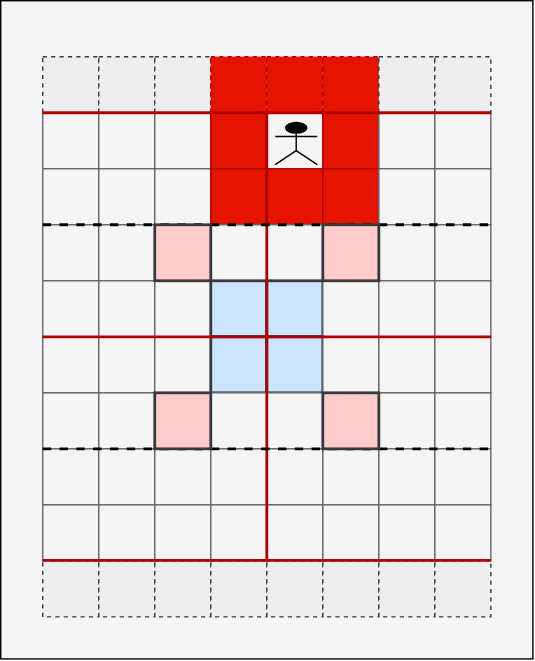
Above: docs/games/boardgames/chessault/_killzone2.drawio.svg in FullByte/FullByte.github.io (draw.io), before the change. Source tidied: cells renumbered, new cells last; positions are measured from the earlier drawing's top-left corner, leaving out a move shared by most shapes.
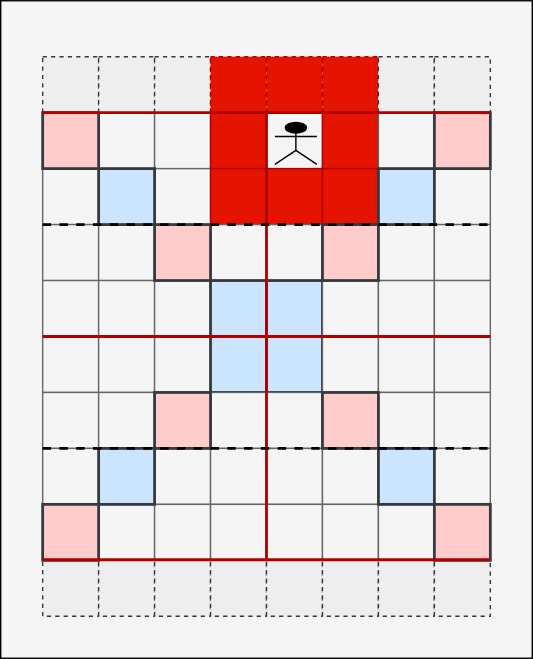
Above is the later version.

What changed in the source:
```diff
@@ -29,9 +29,6 @@
     <mxCell id="10" style="rounded=0;whiteSpace=wrap;html=1;fillColor=#eeeeee;strokeColor=#36393d;dashed=1;" parent="1" vertex="1">
       <mxGeometry x="310" y="40" width="40" height="40" as="geometry" />
     </mxCell>
-    <mxCell id="11" style="rounded=0;whiteSpace=wrap;html=1;fillColor=#f5f5f5;fontColor=#333333;strokeColor=#666666;" parent="1" vertex="1">
-      <mxGeometry x="30" y="80" width="40" height="40" as="geometry" />
-    </mxCell>
     <mxCell id="12" style="rounded=0;whiteSpace=wrap;html=1;fillColor=#f5f5f5;fontColor=#333333;strokeColor=#666666;" parent="1" vertex="1">
       <mxGeometry x="70" y="80" width="40" height="40" as="geometry" />
     </mxCell>
@@ -50,15 +47,9 @@
     <mxCell id="17" style="rounded=0;whiteSpace=wrap;html=1;fillColor=#f5f5f5;fontColor=#333333;strokeColor=#666666;" parent="1" vertex="1">
       <mxGeometry x="270" y="80" width="40" height="40" as="geometry" />
     </mxCell>
-    <mxCell id="18" style="rounded=0;whiteSpace=wrap;html=1;fillColor=#f5f5f5;fontColor=#333333;strokeColor=#666666;" parent="1" vertex="1">
-      <mxGeometry x="310" y="80" width="40" height="40" as="geometry" />
-    </mxCell>
     <mxCell id="19" style="rounded=0;whiteSpace=wrap;html=1;fillColor=#f5f5f5;fontColor=#333333;strokeColor=#666666;" parent="1" vertex="1">
       <mxGeometry x="30" y="120" width="40" height="40" as="geometry" />
     </mxCell>
-    <mxCell id="20" style="rounded=0;whiteSpace=wrap;html=1;fillColor=#f5f5f5;fontColor=#333333;strokeColor=#666666;" parent="1" vertex="1">
-      <mxGeometry x="70" y="120" width="40" height="40" as="geometry" />
-    </mxCell>
     <mxCell id="21" style="rounded=0;whiteSpace=wrap;html=1;fillColor=#f5f5f5;fontColor=#333333;strokeColor=#666666;" parent="1" vertex="1">
       <mxGeometry x="110" y="120" width="40" height="40" as="geometry" />
     </mxCell>
@@ -71,9 +62,6 @@
     <mxCell id="24" style="rounded=0;whiteSpace=wrap;html=1;fillColor=#e51400;fontColor=#ffffff;strokeColor=#B20000;" parent="1" vertex="1">
       <mxGeometry x="230" y="120" width="40" height="40" as="geometry" />
     </mxCell>
-    <mxCell id="25" style="rounded=0;whiteSpace=wrap;html=1;fillColor=#f5f5f5;fontColor=#333333;strokeColor=#666666;" parent="1" vertex="1">
-      <mxGeometry x="270" y="120" width="40" height="40" as="geometry" />
-    </mxCell>
     <mxCell id="26" style="rounded=0;whiteSpace=wrap;html=1;fillColor=#f5f5f5;fontColor=#333333;strokeColor=#666666;" parent="1" vertex="1">
       <mxGeometry x="310" y="120" width="40" height="40" as="geometry" />
     </mxCell>
@@ -164,9 +152,6 @@
     <mxCell id="55" style="rounded=0;whiteSpace=wrap;html=1;fillColor=#f5f5f5;fontColor=#333333;strokeColor=#666666;" parent="1" vertex="1">
       <mxGeometry x="30" y="320" width="40" height="40" as="geometry" />
     </mxCell>
-    <mxCell id="56" style="rounded=0;whiteSpace=wrap;html=1;fillColor=#f5f5f5;fontColor=#333333;strokeColor=#666666;" parent="1" vertex="1">
-      <mxGeometry x="70" y="320" width="40" height="40" as="geometry" />
-    </mxCell>
     <mxCell id="57" style="rounded=0;whiteSpace=wrap;html=1;fillColor=#f5f5f5;fontColor=#333333;strokeColor=#666666;" parent="1" vertex="1">
       <mxGeometry x="110" y="320" width="40" height="40" as="geometry" />
     </mxCell>
@@ -179,15 +164,9 @@
     <mxCell id="60" style="rounded=0;whiteSpace=wrap;html=1;fillColor=#f5f5f5;fontColor=#333333;strokeColor=#666666;" parent="1" vertex="1">
       <mxGeometry x="230" y="320" width="40" height="40" as="geometry" />
     </mxCell>
-    <mxCell id="61" style="rounded=0;whiteSpace=wrap;html=1;fillColor=#f5f5f5;fontColor=#333333;strokeColor=#666666;" parent="1" vertex="1">
-      <mxGeometry x="270" y="320" width="40" height="40" as="geometry" />
-    </mxCell>
     <mxCell id="62" style="rounded=0;whiteSpace=wrap;html=1;fillColor=#f5f5f5;fontColor=#333333;strokeColor=#666666;" parent="1" vertex="1">
       <mxGeometry x="310" y="320" width="40" height="40" as="geometry" />
     </mxCell>
-    <mxCell id="63" style="rounded=0;whiteSpace=wrap;html=1;fillColor=#f5f5f5;fontColor=#333333;strokeColor=#666666;" parent="1" vertex="1">
-      <mxGeometry x="30" y="360" width="40" height="40" as="geometry" />
-    </mxCell>
     <mxCell id="64" style="rounded=0;whiteSpace=wrap;html=1;fillColor=#f5f5f5;fontColor=#333333;strokeColor=#666666;" parent="1" vertex="1">
       <mxGeometry x="70" y="360" width="40" height="40" as="geometry" />
     </mxCell>
@@ -206,9 +185,6 @@
     <mxCell id="69" style="rounded=0;whiteSpace=wrap;html=1;fillColor=#f5f5f5;fontColor=#333333;strokeColor=#666666;" parent="1" vertex="1">
       <mxGeometry x="270" y="360" width="40" height="40" as="geometry" />
     </mxCell>
-    <mxCell id="70" style="rounded=0;whiteSpace=wrap;html=1;fillColor=#f5f5f5;fontColor=#333333;strokeColor=#666666;" parent="1" vertex="1">
-      <mxGeometry x="310" y="360" width="40" height="40" as="geometry" />
-    </mxCell>
     <mxCell id="71" style="rounded=0;whiteSpace=wrap;html=1;fillColor=#eeeeee;strokeColor=#36393d;dashed=1;" parent="1" vertex="1">
       <mxGeometry x="30" y="400" width="40" height="40" as="geometry" />
     </mxCell>
@@ -236,35 +212,11 @@
     <mxCell id="79" style="endArrow=none;html=1;entryX=1;entryY=0;entryDx=0;entryDy=0;exitX=0;exitY=0;exitDx=0;exitDy=0;fillColor=#e51400;strokeColor=#B20000;strokeWidth=2;" parent="1" edge="1" source="41" target="48">
       <mxGeometry relative="1" as="geometry" />
     </mxCell>
-    <mxCell id="80" style="endArrow=none;html=1;entryX=1;entryY=0;entryDx=0;entryDy=0;exitX=0;exitY=0;exitDx=0;exitDy=0;fillColor=#e51400;strokeColor=#B20000;strokeWidth=2;" parent="1" edge="1">
-      <mxGeometry relative="1" as="geometry">
-        <mxPoint x="30" y="399.6" as="sourcePoint" />
-        <mxPoint x="350" y="399.6" as="targetPoint" />
-      </mxGeometry>
-    </mxCell>
-    <mxCell id="81" style="endArrow=none;html=1;entryX=1;entryY=0;entryDx=0;entryDy=0;exitX=0;exitY=0;exitDx=0;exitDy=0;fillColor=#e51400;strokeColor=#B20000;strokeWidth=2;" parent="1" edge="1">
-      <mxGeometry relative="1" as="geometry">
-        <mxPoint x="30" y="80" as="sourcePoint" />
-        <mxPoint x="350" y="80" as="targetPoint" />
-      </mxGeometry>
-    </mxCell>
     <mxCell id="82" style="endArrow=none;html=1;entryX=0;entryY=1;entryDx=0;entryDy=0;fillColor=#e51400;strokeColor=#B20000;strokeWidth=2;" parent="1" edge="1" target="67">
       <mxGeometry relative="1" as="geometry">
         <mxPoint x="190" y="80" as="sourcePoint" />
       </mxGeometry>
     </mxCell>
-    <mxCell id="83" style="endArrow=none;html=1;entryX=1;entryY=0;entryDx=0;entryDy=0;exitX=0;exitY=0;exitDx=0;exitDy=0;strokeWidth=2;dashed=1;" parent="1" edge="1">
-      <mxGeometry relative="1" as="geometry">
-        <mxPoint x="30" y="320" as="sourcePoint" />
-        <mxPoint x="350" y="320" as="targetPoint" />
-      </mxGeometry>
-    </mxCell>
-    <mxCell id="84" style="endArrow=none;html=1;entryX=1;entryY=0;entryDx=0;entryDy=0;exitX=0;exitY=0;exitDx=0;exitDy=0;strokeWidth=2;dashed=1;" parent="1" edge="1">
-      <mxGeometry relative="1" as="geometry">
-        <mxPoint x="30" y="160" as="sourcePoint" />
-        <mxPoint x="350" y="160" as="targetPoint" />
-      </mxGeometry>
-    </mxCell>
     <mxCell id="85" style="rounded=0;whiteSpace=wrap;html=1;fillColor=#ffcccc;strokeColor=#36393d;strokeWidth=2;" parent="1" vertex="1">
       <mxGeometry x="230" y="280" width="40" height="40" as="geometry" />
     </mxCell>
@@ -280,5 +232,53 @@
     <mxCell id="89" style="shape=umlActor;verticalLabelPosition=bottom;verticalAlign=top;html=1;fillColor=#000000;strokeColor=#000000;" parent="1" vertex="1">
       <mxGeometry x="196" y="87" width="30" height="30" as="geometry" />
     </mxCell>
+    <mxCell id="90" style="rounded=0;whiteSpace=wrap;html=1;fillColor=#cce5ff;strokeColor=#36393d;strokeWidth=2;" parent="1" vertex="1">
+      <mxGeometry x="270" y="120" width="40" height="40" as="geometry" />
+    </mxCell>
+    <mxCell id="91" style="rounded=0;whiteSpace=wrap;html=1;fillColor=#cce5ff;strokeColor=#36393d;strokeWidth=2;" parent="1" vertex="1">
+      <mxGeometry x="270" y="320" width="40" height="40" as="geometry" />
+    </mxCell>
+    <mxCell id="92" style="rounded=0;whiteSpace=wrap;html=1;fillColor=#cce5ff;strokeColor=#36393d;strokeWidth=2;" parent="1" vertex="1">
+      <mxGeometry x="70" y="320" width="40" height="40" as="geometry" />
+    </mxCell>
+    <mxCell id="93" style="rounded=0;whiteSpace=wrap;html=1;fillColor=#cce5ff;strokeColor=#36393d;strokeWidth=2;" parent="1" vertex="1">
+      <mxGeometry x="70" y="120" width="40" height="40" as="geometry" />
+    </mxCell>
+    <mxCell id="94" style="rounded=0;whiteSpace=wrap;html=1;fillColor=#ffcccc;strokeColor=#36393d;strokeWidth=2;" parent="1" vertex="1">
+      <mxGeometry x="30" y="80" width="40" height="40" as="geometry" />
+    </mxCell>
+    <mxCell id="95" style="rounded=0;whiteSpace=wrap;html=1;fillColor=#ffcccc;strokeColor=#36393d;strokeWidth=2;" parent="1" vertex="1">
+      <mxGeometry x="310" y="80" width="40" height="40" as="geometry" />
+    </mxCell>
+    <mxCell id="96" style="rounded=0;whiteSpace=wrap;html=1;fillColor=#ffcccc;strokeColor=#36393d;strokeWidth=2;" parent="1" vertex="1">
+      <mxGeometry x="310" y="360" width="40" height="40" as="geometry" />
+    </mxCell>
+    <mxCell id="97" style="rounded=0;whiteSpace=wrap;html=1;fillColor=#ffcccc;strokeColor=#36393d;strokeWidth=2;" parent="1" vertex="1">
+      <mxGeometry x="30" y="360" width="40" height="40" as="geometry" />
+    </mxCell>
+    <mxCell id="80" style="endArrow=none;html=1;entryX=1;entryY=0;entryDx=0;entryDy=0;exitX=0;exitY=0;exitDx=0;exitDy=0;fillColor=#e51400;strokeColor=#B20000;strokeWidth=2;" parent="1" edge="1">
+      <mxGeometry relative="1" as="geometry">
+        <mxPoint x="30" y="399.6" as="sourcePoint" />
+        <mxPoint x="350" y="399.6" as="targetPoint" />
+      </mxGeometry>
+    </mxCell>
+    <mxCell id="84" style="endArrow=none;html=1;entryX=1;entryY=0;entryDx=0;entryDy=0;exitX=0;exitY=0;exitDx=0;exitDy=0;strokeWidth=2;dashed=1;" parent="1" edge="1">
+      <mxGeometry relative="1" as="geometry">
+        <mxPoint x="30" y="160" as="sourcePoint" />
+        <mxPoint x="350" y="160" as="targetPoint" />
+      </mxGeometry>
+    </mxCell>
+    <mxCell id="83" style="endArrow=none;html=1;entryX=1;entryY=0;entryDx=0;entryDy=0;exitX=0;exitY=0;exitDx=0;exitDy=0;strokeWidth=2;dashed=1;" parent="1" edge="1">
+      <mxGeometry relative="1" as="geometry">
+        <mxPoint x="30" y="320" as="sourcePoint" />
+        <mxPoint x="350" y="320" as="targetPoint" />
+      </mxGeometry>
+    </mxCell>
+    <mxCell id="81" style="endArrow=none;html=1;entryX=1;entryY=0;entryDx=0;entryDy=0;exitX=0;exitY=0;exitDx=0;exitDy=0;fillColor=#e51400;strokeColor=#B20000;strokeWidth=2;" parent="1" edge="1">
+      <mxGeometry relative="1" as="geometry">
+        <mxPoint x="30" y="80" as="sourcePoint" />
+        <mxPoint x="350" y="80" as="targetPoint" />
+      </mxGeometry>
+    </mxCell>
   </root>
 </mxGraphModel>
```
